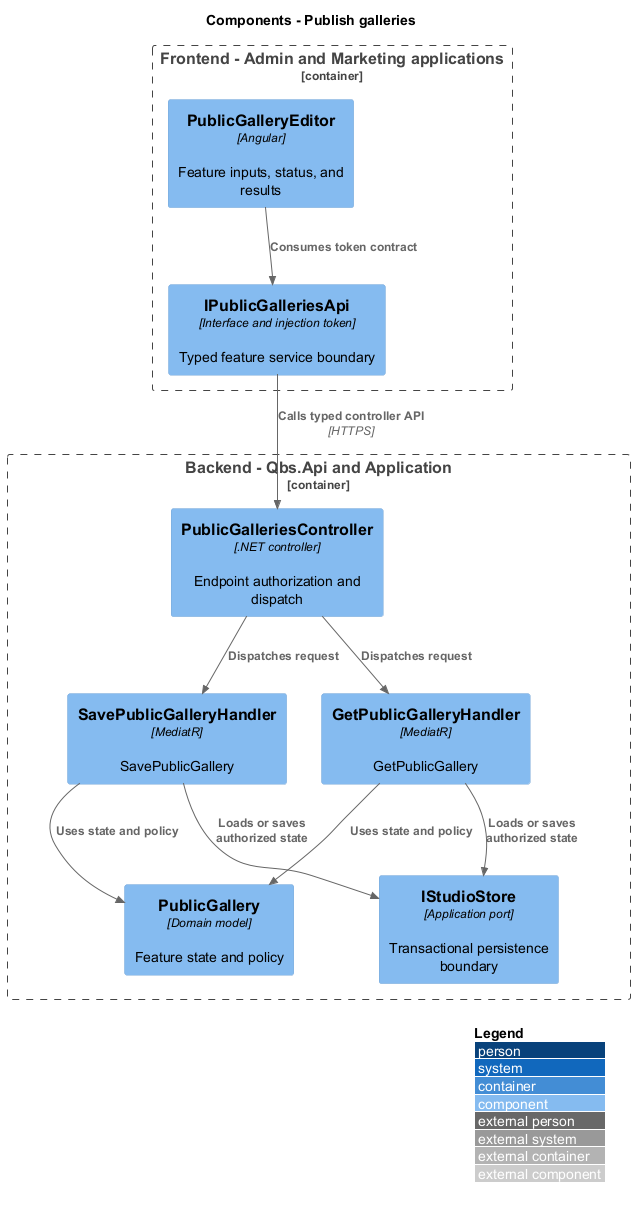
The PlantUML diagram docs/detailed-designs/public-presentation/publish-galleries/diagrams/c4-component.png in QuinntyneBrown/quinntyne-brown-studio, before a commit.
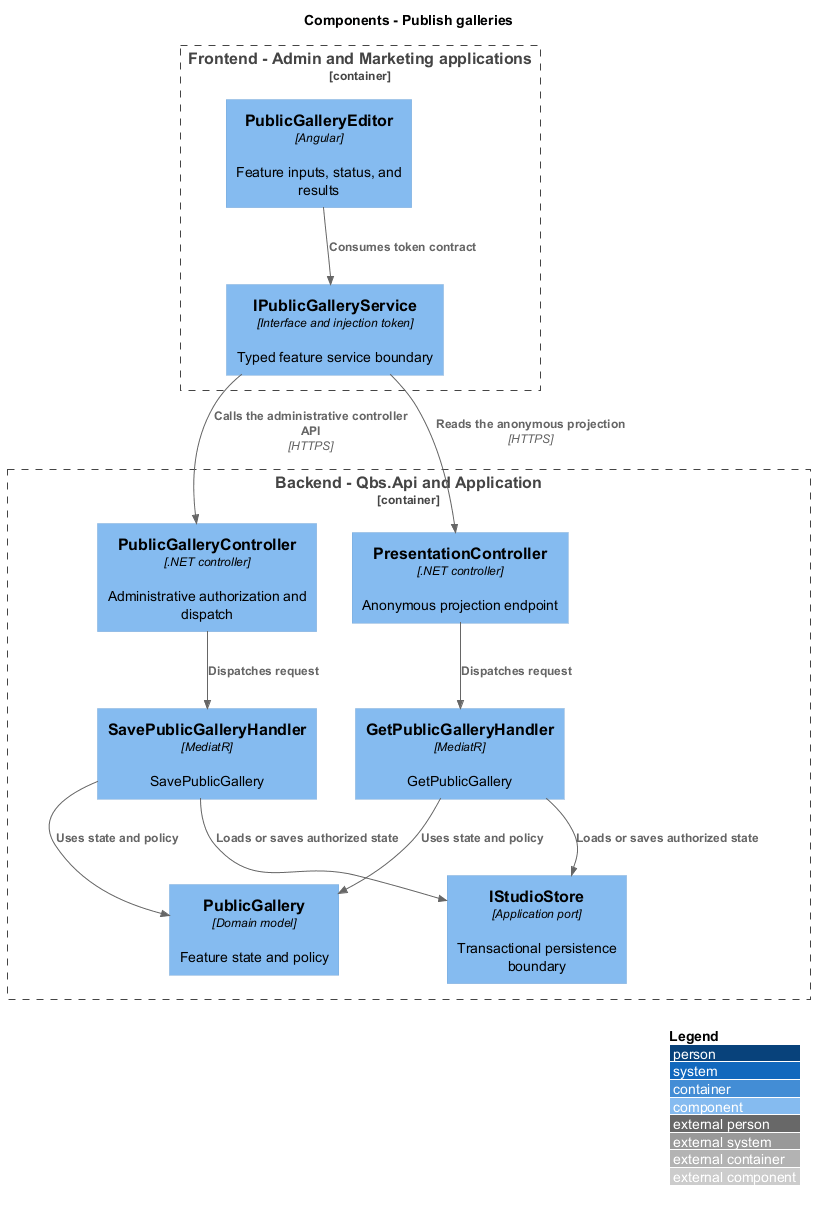
The same file after the commit.

The edit, as a diff of the source:
```diff
@@ -4,21 +4,23 @@
 title Components - Publish galleries
 Container_Boundary(frontend, "Frontend - Admin and Marketing applications") {
  Component(page, "PublicGalleryEditor", "Angular", "Feature inputs, status, and results")
- Component(client, "IPublicGalleriesApi", "Interface and injection token", "Typed feature service boundary")
+ Component(client, "IPublicGalleryService", "Interface and injection token", "Typed feature service boundary")
 }
 Container_Boundary(api, "Backend - Qbs.Api and Application") {
- Component(ctrl, "PublicGalleriesController", ".NET controller", "Endpoint authorization and dispatch")
+ Component(ctrl, "PublicGalleryController", ".NET controller", "Administrative authorization and dispatch")
+ Component(publicCtrl, "PresentationController", ".NET controller", "Anonymous projection endpoint")
  Component(handler0, "SavePublicGalleryHandler", "MediatR", "SavePublicGallery")
  Component(handler1, "GetPublicGalleryHandler", "MediatR", "GetPublicGallery")
  Component(entity, "PublicGallery", "Domain model", "Feature state and policy")
  Component(store, "IStudioStore", "Application port", "Transactional persistence boundary")
 }
 Rel(page, client, "Consumes token contract")
-Rel(client, ctrl, "Calls typed controller API", "HTTPS")
+Rel(client, ctrl, "Calls the administrative controller API", "HTTPS")
+Rel(client, publicCtrl, "Reads the anonymous projection", "HTTPS")
 Rel(ctrl, handler0, "Dispatches request")
 Rel(handler0, entity, "Uses state and policy")
 Rel(handler0, store, "Loads or saves authorized state")
-Rel(ctrl, handler1, "Dispatches request")
+Rel(publicCtrl, handler1, "Dispatches request")
 Rel(handler1, entity, "Uses state and policy")
 Rel(handler1, store, "Loads or saves authorized state")
 @enduml
```
